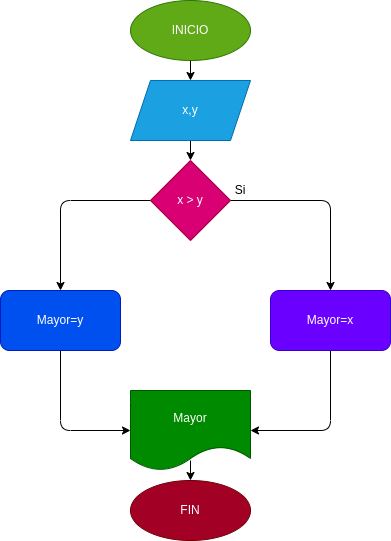
Before: diagrama.png, a diagram exported from draw.io (danielsierra26/Mayor_2enteros). Source tidied: cells renumbered, new cells last; positions are measured from the earlier drawing's top-left corner, leaving out a move shared by most shapes. The source it was exported from:
```xml
<mxGraphModel>
  <root>
    <mxCell id="0" />
    <mxCell id="1" parent="0" />
    <mxCell id="2" style="edgeStyle=none;html=1;" parent="1" edge="1" source="3" target="5">
      <mxGeometry relative="1" as="geometry" />
    </mxCell>
    <mxCell id="3" value="INICIO" style="ellipse;whiteSpace=wrap;html=1;fillColor=#60a917;fontColor=#ffffff;strokeColor=#2D7600;" parent="1" vertex="1">
      <mxGeometry x="130" width="120" height="60" as="geometry" />
    </mxCell>
    <mxCell id="4" style="edgeStyle=none;html=1;" parent="1" edge="1" source="5" target="8">
      <mxGeometry relative="1" as="geometry" />
    </mxCell>
    <mxCell id="5" value="x,y" style="shape=parallelogram;perimeter=parallelogramPerimeter;whiteSpace=wrap;html=1;fixedSize=1;fillColor=#1ba1e2;fontColor=#ffffff;strokeColor=#006EAF;" parent="1" vertex="1">
      <mxGeometry x="130" y="80" width="120" height="60" as="geometry" />
    </mxCell>
    <mxCell id="6" style="edgeStyle=none;html=1;exitX=0;exitY=0.5;exitDx=0;exitDy=0;entryX=0.5;entryY=0;entryDx=0;entryDy=0;" parent="1" edge="1" source="8" target="10">
      <mxGeometry relative="1" as="geometry">
        <Array as="points">
          <mxPoint x="60" y="200" />
        </Array>
      </mxGeometry>
    </mxCell>
    <mxCell id="7" style="edgeStyle=none;html=1;exitX=1;exitY=0.5;exitDx=0;exitDy=0;entryX=0.5;entryY=0;entryDx=0;entryDy=0;" parent="1" edge="1" source="8" target="12">
      <mxGeometry relative="1" as="geometry">
        <Array as="points">
          <mxPoint x="330" y="200" />
        </Array>
      </mxGeometry>
    </mxCell>
    <mxCell id="8" value="x &amp;gt; y" style="rhombus;whiteSpace=wrap;html=1;fillColor=#d80073;fontColor=#ffffff;strokeColor=#A50040;" parent="1" vertex="1">
      <mxGeometry x="150" y="160" width="80" height="80" as="geometry" />
    </mxCell>
    <mxCell id="9" style="edgeStyle=none;html=1;exitX=0.5;exitY=1;exitDx=0;exitDy=0;entryX=0;entryY=0.5;entryDx=0;entryDy=0;" parent="1" edge="1" source="10">
      <mxGeometry relative="1" as="geometry">
        <mxPoint x="130" y="430" as="targetPoint" />
        <Array as="points">
          <mxPoint x="60" y="430" />
        </Array>
      </mxGeometry>
    </mxCell>
    <mxCell id="10" value="Mayor=y" style="rounded=1;whiteSpace=wrap;html=1;fillColor=#0050ef;fontColor=#ffffff;strokeColor=#001DBC;" parent="1" vertex="1">
      <mxGeometry y="290" width="120" height="60" as="geometry" />
    </mxCell>
    <mxCell id="11" style="edgeStyle=none;html=1;exitX=0.5;exitY=1;exitDx=0;exitDy=0;entryX=1;entryY=0.5;entryDx=0;entryDy=0;" parent="1" edge="1" source="12">
      <mxGeometry relative="1" as="geometry">
        <mxPoint x="250" y="430" as="targetPoint" />
        <Array as="points">
          <mxPoint x="330" y="430" />
        </Array>
      </mxGeometry>
    </mxCell>
    <mxCell id="12" value="Mayor=x" style="rounded=1;whiteSpace=wrap;html=1;fillColor=#6a00ff;fontColor=#ffffff;strokeColor=#3700CC;" parent="1" vertex="1">
      <mxGeometry x="270" y="290" width="120" height="60" as="geometry" />
    </mxCell>
    <mxCell id="13" style="edgeStyle=none;html=1;" parent="1" edge="1" target="14">
      <mxGeometry relative="1" as="geometry">
        <mxPoint x="190" y="460" as="sourcePoint" />
      </mxGeometry>
    </mxCell>
    <mxCell id="14" value="FIN" style="ellipse;whiteSpace=wrap;html=1;fillColor=#a20025;fontColor=#ffffff;strokeColor=#6F0000;" parent="1" vertex="1">
      <mxGeometry x="130" y="480" width="120" height="60" as="geometry" />
    </mxCell>
    <mxCell id="15" value="Si" style="text;html=1;strokeColor=none;fillColor=none;align=center;verticalAlign=middle;whiteSpace=wrap;rounded=0;" parent="1" vertex="1">
      <mxGeometry x="210" y="180" width="60" height="20" as="geometry" />
    </mxCell>
    <mxCell id="16" value="Mayor" style="shape=document;whiteSpace=wrap;html=1;boundedLbl=1;fillColor=#008a00;fontColor=#ffffff;strokeColor=#005700;" parent="1" vertex="1">
      <mxGeometry x="130" y="390" width="120" height="80" as="geometry" />
    </mxCell>
  </root>
</mxGraphModel>
```
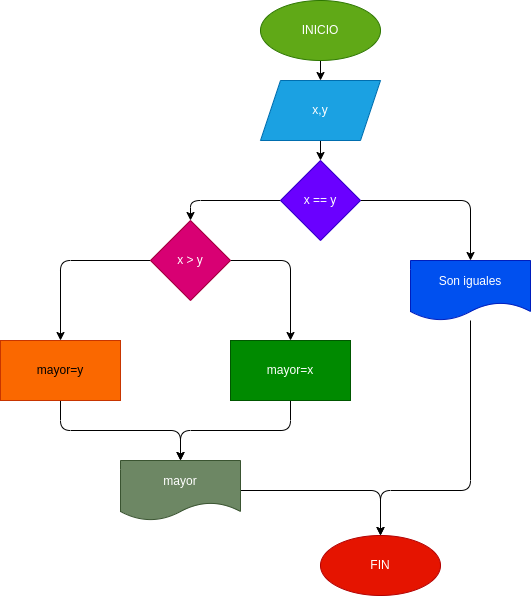
Later version of the same file.

Commit message:
Se agrego el diagrama de flujo, el progama y el README

The edit, as a diff of the source:
```diff
@@ -8,64 +8,92 @@
     <mxCell id="3" value="INICIO" style="ellipse;whiteSpace=wrap;html=1;fillColor=#60a917;fontColor=#ffffff;strokeColor=#2D7600;" parent="1" vertex="1">
       <mxGeometry x="130" width="120" height="60" as="geometry" />
     </mxCell>
-    <mxCell id="4" style="edgeStyle=none;html=1;" parent="1" edge="1" source="5" target="8">
-      <mxGeometry relative="1" as="geometry" />
-    </mxCell>
+    <mxCell id="17" style="edgeStyle=none;html=1;" parent="1" edge="1" source="5" target="20">
+      <mxGeometry relative="1" as="geometry" />
+    </mxCell>
     <mxCell id="5" value="x,y" style="shape=parallelogram;perimeter=parallelogramPerimeter;whiteSpace=wrap;html=1;fixedSize=1;fillColor=#1ba1e2;fontColor=#ffffff;strokeColor=#006EAF;" parent="1" vertex="1">
       <mxGeometry x="130" y="80" width="120" height="60" as="geometry" />
     </mxCell>
-    <mxCell id="6" style="edgeStyle=none;html=1;exitX=0;exitY=0.5;exitDx=0;exitDy=0;entryX=0.5;entryY=0;entryDx=0;entryDy=0;" parent="1" edge="1" source="8" target="10">
-      <mxGeometry relative="1" as="geometry">
-        <Array as="points">
-          <mxPoint x="60" y="200" />
-        </Array>
-      </mxGeometry>
-    </mxCell>
-    <mxCell id="7" style="edgeStyle=none;html=1;exitX=1;exitY=0.5;exitDx=0;exitDy=0;entryX=0.5;entryY=0;entryDx=0;entryDy=0;" parent="1" edge="1" source="8" target="12">
-      <mxGeometry relative="1" as="geometry">
-        <Array as="points">
-          <mxPoint x="330" y="200" />
-        </Array>
-      </mxGeometry>
-    </mxCell>
+    <mxCell id="18" style="edgeStyle=none;html=1;exitX=1;exitY=0.5;exitDx=0;exitDy=0;entryX=0.5;entryY=0;entryDx=0;entryDy=0;" parent="1" edge="1" source="20" target="22">
+      <mxGeometry relative="1" as="geometry">
+        <Array as="points">
+          <mxPoint x="340" y="200" />
+        </Array>
+      </mxGeometry>
+    </mxCell>
+    <mxCell id="19" style="edgeStyle=none;html=1;exitX=0;exitY=0.5;exitDx=0;exitDy=0;entryX=0.5;entryY=0;entryDx=0;entryDy=0;" parent="1" edge="1" source="20" target="8">
+      <mxGeometry relative="1" as="geometry">
+        <Array as="points">
+          <mxPoint x="60" y="200" />
+        </Array>
+      </mxGeometry>
+    </mxCell>
+    <mxCell id="20" value="x == y" style="rhombus;whiteSpace=wrap;html=1;fillColor=#6a00ff;fontColor=#ffffff;strokeColor=#3700CC;" parent="1" vertex="1">
+      <mxGeometry x="150" y="160" width="80" height="80" as="geometry" />
+    </mxCell>
+    <mxCell id="21" style="edgeStyle=none;html=1;entryX=0.5;entryY=0;entryDx=0;entryDy=0;" parent="1" edge="1" source="22" target="14">
+      <mxGeometry relative="1" as="geometry">
+        <Array as="points">
+          <mxPoint x="340" y="490" />
+          <mxPoint x="250" y="490" />
+        </Array>
+      </mxGeometry>
+    </mxCell>
+    <mxCell id="22" value="Son iguales" style="shape=document;whiteSpace=wrap;html=1;boundedLbl=1;fillColor=#0050ef;fontColor=#ffffff;strokeColor=#001DBC;" parent="1" vertex="1">
+      <mxGeometry x="280" y="260" width="120" height="60" as="geometry" />
+    </mxCell>
+    <mxCell id="23" style="edgeStyle=none;html=1;exitX=0;exitY=0.5;exitDx=0;exitDy=0;entryX=0.5;entryY=0;entryDx=0;entryDy=0;" parent="1" edge="1" source="8" target="26">
+      <mxGeometry relative="1" as="geometry">
+        <Array as="points">
+          <mxPoint x="-70" y="260" />
+        </Array>
+      </mxGeometry>
+    </mxCell>
+    <mxCell id="24" style="edgeStyle=none;html=1;exitX=1;exitY=0.5;exitDx=0;exitDy=0;entryX=0.5;entryY=0;entryDx=0;entryDy=0;" parent="1" edge="1" source="8" target="28">
+      <mxGeometry relative="1" as="geometry">
+        <Array as="points">
+          <mxPoint x="160" y="260" />
+        </Array>
+      </mxGeometry>
+    </mxCell>
     <mxCell id="8" value="x &amp;gt; y" style="rhombus;whiteSpace=wrap;html=1;fillColor=#d80073;fontColor=#ffffff;strokeColor=#A50040;" parent="1" vertex="1">
-      <mxGeometry x="150" y="160" width="80" height="80" as="geometry" />
+      <mxGeometry x="20" y="220" width="80" height="80" as="geometry" />
     </mxCell>
-    <mxCell id="9" style="edgeStyle=none;html=1;exitX=0.5;exitY=1;exitDx=0;exitDy=0;entryX=0;entryY=0.5;entryDx=0;entryDy=0;" parent="1" edge="1" source="10">
-      <mxGeometry relative="1" as="geometry">
-        <mxPoint x="130" y="430" as="targetPoint" />
-        <Array as="points">
-          <mxPoint x="60" y="430" />
-        </Array>
-      </mxGeometry>
-    </mxCell>
-    <mxCell id="10" value="Mayor=y" style="rounded=1;whiteSpace=wrap;html=1;fillColor=#0050ef;fontColor=#ffffff;strokeColor=#001DBC;" parent="1" vertex="1">
-      <mxGeometry y="290" width="120" height="60" as="geometry" />
-    </mxCell>
-    <mxCell id="11" style="edgeStyle=none;html=1;exitX=0.5;exitY=1;exitDx=0;exitDy=0;entryX=1;entryY=0.5;entryDx=0;entryDy=0;" parent="1" edge="1" source="12">
-      <mxGeometry relative="1" as="geometry">
-        <mxPoint x="250" y="430" as="targetPoint" />
-        <Array as="points">
-          <mxPoint x="330" y="430" />
-        </Array>
-      </mxGeometry>
-    </mxCell>
-    <mxCell id="12" value="Mayor=x" style="rounded=1;whiteSpace=wrap;html=1;fillColor=#6a00ff;fontColor=#ffffff;strokeColor=#3700CC;" parent="1" vertex="1">
-      <mxGeometry x="270" y="290" width="120" height="60" as="geometry" />
-    </mxCell>
-    <mxCell id="13" style="edgeStyle=none;html=1;" parent="1" edge="1" target="14">
-      <mxGeometry relative="1" as="geometry">
-        <mxPoint x="190" y="460" as="sourcePoint" />
-      </mxGeometry>
-    </mxCell>
+    <mxCell id="25" style="edgeStyle=none;html=1;exitX=0.5;exitY=1;exitDx=0;exitDy=0;entryX=0.5;entryY=0;entryDx=0;entryDy=0;" parent="1" edge="1" source="26" target="30">
+      <mxGeometry relative="1" as="geometry">
+        <Array as="points">
+          <mxPoint x="-70" y="430" />
+          <mxPoint x="50" y="430" />
+        </Array>
+      </mxGeometry>
+    </mxCell>
+    <mxCell id="26" value="mayor=y" style="rounded=0;whiteSpace=wrap;html=1;fillColor=#fa6800;fontColor=#000000;strokeColor=#C73500;" parent="1" vertex="1">
+      <mxGeometry x="-130" y="340" width="120" height="60" as="geometry" />
+    </mxCell>
+    <mxCell id="27" style="edgeStyle=none;html=1;exitX=0.5;exitY=1;exitDx=0;exitDy=0;" parent="1" edge="1" source="28">
+      <mxGeometry relative="1" as="geometry">
+        <mxPoint x="50" y="460" as="targetPoint" />
+        <Array as="points">
+          <mxPoint x="160" y="430" />
+          <mxPoint x="50" y="430" />
+        </Array>
+      </mxGeometry>
+    </mxCell>
+    <mxCell id="28" value="mayor=x" style="rounded=0;whiteSpace=wrap;html=1;fillColor=#008a00;fontColor=#ffffff;strokeColor=#005700;" parent="1" vertex="1">
+      <mxGeometry x="100" y="340" width="120" height="60" as="geometry" />
+    </mxCell>
+    <mxCell id="29" style="edgeStyle=none;html=1;exitX=1;exitY=0.5;exitDx=0;exitDy=0;entryX=0.5;entryY=0;entryDx=0;entryDy=0;" parent="1" edge="1" source="30" target="14">
+      <mxGeometry relative="1" as="geometry">
+        <Array as="points">
+          <mxPoint x="250" y="490" />
+        </Array>
+      </mxGeometry>
+    </mxCell>
+    <mxCell id="30" value="mayor" style="shape=document;whiteSpace=wrap;html=1;boundedLbl=1;fillColor=#6d8764;fontColor=#ffffff;strokeColor=#3A5431;" parent="1" vertex="1">
+      <mxGeometry x="-10" y="460" width="120" height="60" as="geometry" />
+    </mxCell>
-    <mxCell id="14" value="FIN" style="ellipse;whiteSpace=wrap;html=1;fillColor=#a20025;fontColor=#ffffff;strokeColor=#6F0000;" parent="1" vertex="1">
-      <mxGeometry x="130" y="480" width="120" height="60" as="geometry" />
+    <mxCell id="14" value="FIN" style="ellipse;whiteSpace=wrap;html=1;fillColor=#e51400;fontColor=#ffffff;strokeColor=#B20000;" parent="1" vertex="1">
+      <mxGeometry x="190" y="535" width="120" height="60" as="geometry" />
     </mxCell>
-    <mxCell id="15" value="Si" style="text;html=1;strokeColor=none;fillColor=none;align=center;verticalAlign=middle;whiteSpace=wrap;rounded=0;" parent="1" vertex="1">
-      <mxGeometry x="210" y="180" width="60" height="20" as="geometry" />
-    </mxCell>
-    <mxCell id="16" value="Mayor" style="shape=document;whiteSpace=wrap;html=1;boundedLbl=1;fillColor=#008a00;fontColor=#ffffff;strokeColor=#005700;" parent="1" vertex="1">
-      <mxGeometry x="130" y="390" width="120" height="80" as="geometry" />
-    </mxCell>
   </root>
 </mxGraphModel>
```
